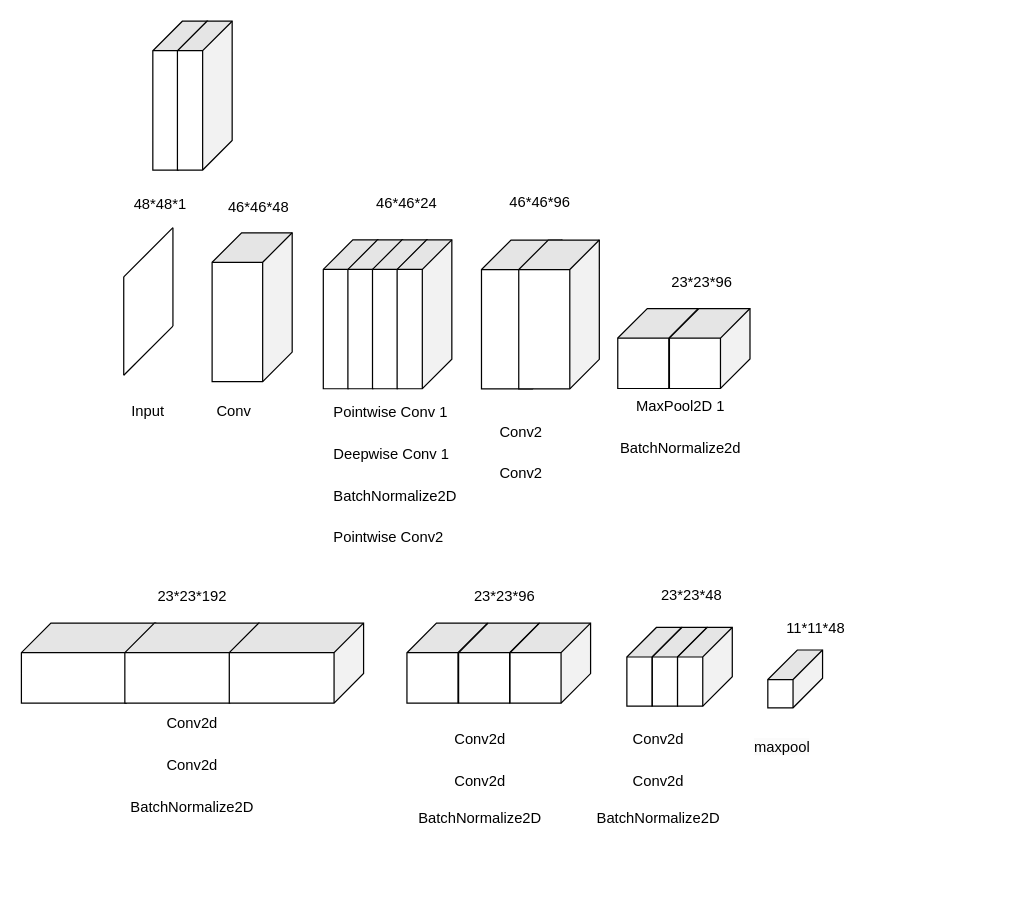
BienGudBoy/draws keeps this draw.io diagram as facts tha3o.drawio. Above is the earlier version. Source tidied: cells renumbered, new cells numbered last; positions are measured from the earlier drawing's top-left corner, leaving out a move shared by most shapes. Both pictures are drawn from the tidied source at 123%, with x=0, y=0 at pixel (48, 68).
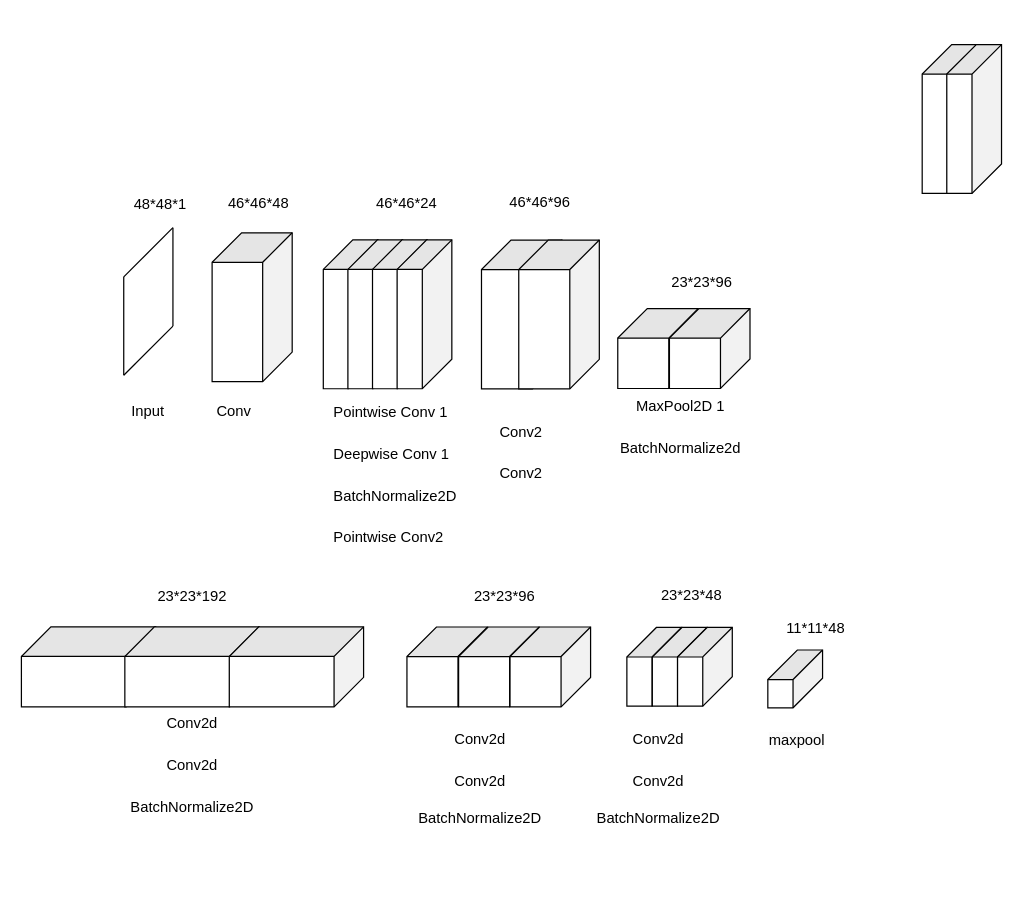
The same page after the edit.

Commit message (it also covers changes not shown here):
Cập nhật facts tha3o.drawio

What changed in the source:
```diff
@@
-    <mxCell id="7" value="&lt;p style=&quot;font-family: &amp;quot;YAFdJllHsUM 0&amp;quot;, _fb_, auto; --fontSize: 16px; --lineHeight: 1.4; line-height: 22px;&quot; class=&quot;cvGsUA direction-ltr align-center para-style-body&quot;&gt;&lt;br&gt;&lt;/p&gt;&lt;p style=&quot;font-family: &amp;quot;YAFdJllHsUM 0&amp;quot;, _fb_, auto; --fontSize: 16px; --lineHeight: 1.4; line-height: 22px;&quot; class=&quot;cvGsUA direction-ltr align-center para-style-body&quot;&gt;&lt;span class=&quot;OYPEnA text-decoration-none text-strikethrough-none&quot;&gt;46*46*48&lt;/span&gt;&lt;/p&gt;" style="text;html=1;align=center;verticalAlign=middle;whiteSpace=wrap;rounded=0;" parent="1" vertex="1">
-      <mxGeometry x="141.1" y="79.6" width="60" height="30" as="geometry" />
+    <mxCell id="7" value="&lt;p style=&quot;font-family: &amp;quot;YAFdJllHsUM 0&amp;quot;, _fb_, auto; --fontSize: 16px; --lineHeight: 1.4; line-height: 22px;&quot; class=&quot;cvGsUA direction-ltr align-center para-style-body&quot;&gt;&lt;span style=&quot;background-color: initial;&quot;&gt;46*46*48&lt;/span&gt;&lt;br&gt;&lt;/p&gt;" style="text;html=1;align=center;verticalAlign=middle;whiteSpace=wrap;rounded=0;" parent="1" vertex="1">
+      <mxGeometry x="141.1" y="94.3" width="60" height="30" as="geometry" />
     </mxCell>
@@
     <mxCell id="25" value="&lt;span style=&quot;color: rgb(0, 0, 0); font-family: &amp;quot;YAFdJllHsUM 0&amp;quot;, _fb_, auto; font-size: 12px; font-style: normal; font-variant-ligatures: normal; font-variant-caps: normal; font-weight: 400; letter-spacing: normal; orphans: 2; text-align: center; text-indent: 0px; text-transform: none; widows: 2; word-spacing: 0px; -webkit-text-stroke-width: 0px; white-space: normal; background-color: rgb(251, 251, 251); text-decoration-thickness: initial; text-decoration-style: initial; text-decoration-color: initial; display: inline !important; float: none;&quot;&gt;maxpool&lt;/span&gt;" style="text;whiteSpace=wrap;html=1;" parent="1" vertex="1">
-      <mxGeometry x="572" y="538.2" width="80" height="40" as="geometry" />
+      <mxGeometry x="583.5" y="532.5" width="80" height="40" as="geometry" />
     </mxCell>
@@
     <mxCell id="34" style="shape=cube;whiteSpace=wrap;html=1;boundedLbl=1;backgroundOutline=1;darkOpacity=0.05;darkOpacity2=0.1;size=24;rotation=90;" parent="1" vertex="1">
-      <mxGeometry y="429" width="65" height="109.2" as="geometry" />
+      <mxGeometry y="432.1" width="65" height="109.2" as="geometry" />
     </mxCell>
     <mxCell id="35" style="shape=cube;whiteSpace=wrap;html=1;boundedLbl=1;backgroundOutline=1;darkOpacity=0.05;darkOpacity2=0.1;size=24;rotation=90;" parent="1" vertex="1">
-      <mxGeometry x="84.1" y="429" width="65" height="109.2" as="geometry" />
+      <mxGeometry x="84.1" y="432.1" width="65" height="109.2" as="geometry" />
     </mxCell>
     <mxCell id="36" style="shape=cube;whiteSpace=wrap;html=1;boundedLbl=1;backgroundOutline=1;darkOpacity=0.05;darkOpacity2=0.1;size=24;rotation=90;" parent="1" vertex="1">
-      <mxGeometry x="169" y="429" width="65" height="109.2" as="geometry" />
+      <mxGeometry x="169" y="432.1" width="65" height="109.2" as="geometry" />
     </mxCell>
     <mxCell id="37" style="group;" parent="1" vertex="1">
-      <mxGeometry x="291.4" y="451.1" width="149.2" height="65" as="geometry" />
+      <mxGeometry x="291.4" y="454.2" width="149.2" height="65" as="geometry" />
     </mxCell>
@@
     <mxCell id="45" style="shape=cube;whiteSpace=wrap;html=1;boundedLbl=1;backgroundOutline=1;darkOpacity=0.05;darkOpacity2=0.1;size=24;rotation=90;" parent="1" vertex="1">
-      <mxGeometry x="46.5" width="121" height="44.5" as="geometry" />
+      <mxGeometry x="672" y="19" width="121" height="44.5" as="geometry" />
     </mxCell>
     <mxCell id="46" style="shape=cube;whiteSpace=wrap;html=1;boundedLbl=1;backgroundOutline=1;darkOpacity=0.05;darkOpacity2=0.1;size=24;rotation=90;" parent="1" vertex="1">
-      <mxGeometry x="66.5" width="121" height="44.5" as="geometry" />
+      <mxGeometry x="692" y="19" width="121" height="44.5" as="geometry" />
     </mxCell>
```
